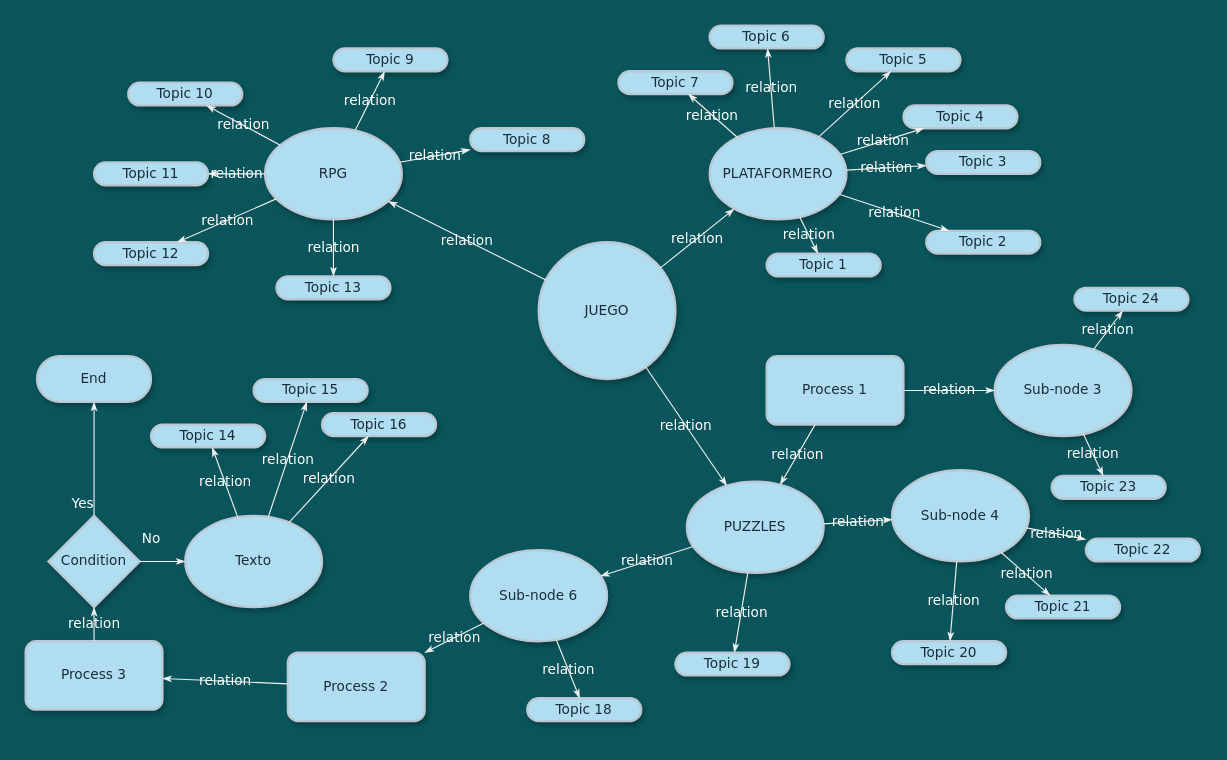
This is page "Page-1" (1 of 2) of mental_map_worldbuilding.drawio from aixairupe/DiagramasRPG, a draw.io file, before an edit. Source tidied: cells renumbered, new cells numbered last; positions are measured from the earlier drawing's top-left corner, leaving out a move shared by most shapes. Both pictures are drawn from the tidied source at 114%, with x=0, y=0 at pixel (25, 25).
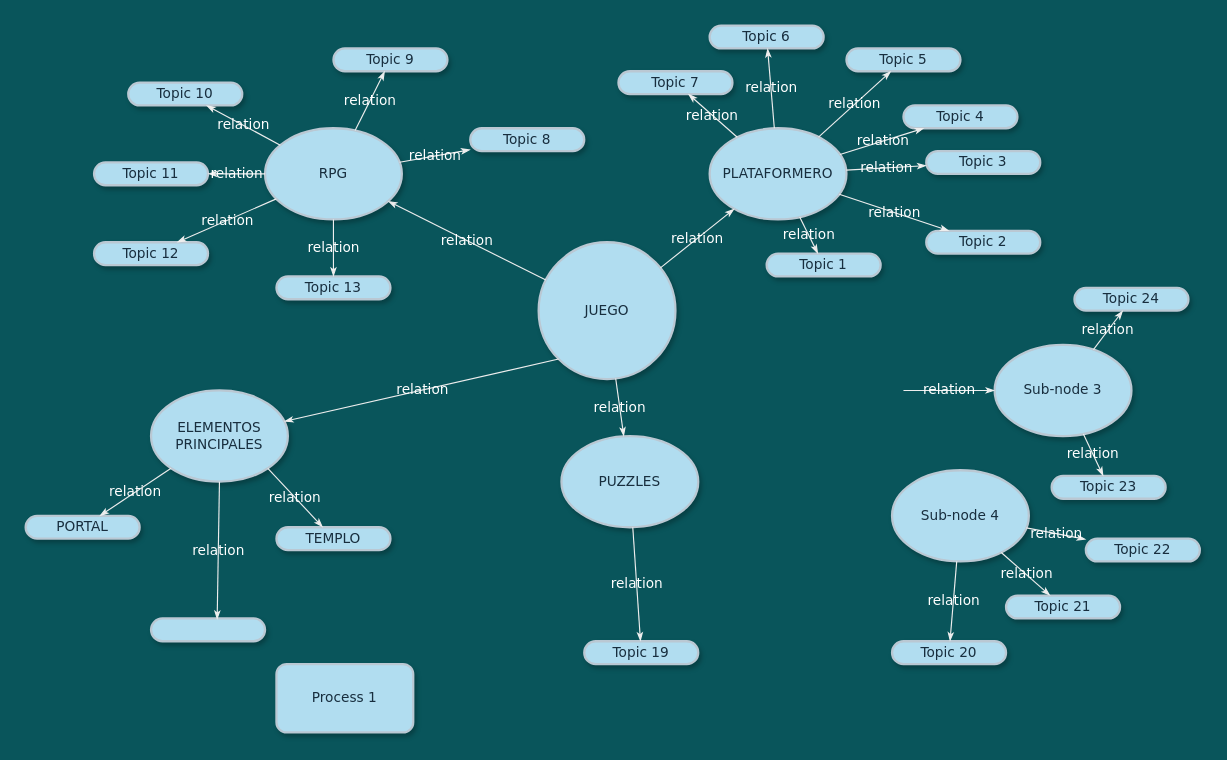
After the change.

Unchanged cells that the change refers to:
```xml
<mxCell id="5" value="JUEGO" style="ellipse;whiteSpace=wrap;html=1;rounded=1;shadow=1;comic=0;labelBackgroundColor=none;strokeWidth=2;fontFamily=Verdana;fontSize=12;align=center;fillColor=#B1DDF0;strokeColor=#BAC8D3;fontColor=#182E3E;" parent="1" vertex="1">
  <mxGeometry x="450" y="190" width="120" height="120" as="geometry" />
</mxCell>
<mxCell id="7" value="&lt;span&gt;Sub-node 4&lt;/span&gt;" style="ellipse;whiteSpace=wrap;html=1;rounded=1;shadow=1;comic=0;labelBackgroundColor=none;strokeWidth=2;fontFamily=Verdana;fontSize=12;align=center;fillColor=#B1DDF0;strokeColor=#BAC8D3;fontColor=#182E3E;" parent="1" vertex="1">
  <mxGeometry x="760" y="390" width="120" height="80" as="geometry" />
</mxCell>
<mxCell id="50" value="&lt;span&gt;Sub-node 3&lt;/span&gt;" style="ellipse;whiteSpace=wrap;html=1;rounded=1;shadow=1;comic=0;labelBackgroundColor=none;strokeWidth=2;fontFamily=Verdana;fontSize=12;align=center;fillColor=#B1DDF0;strokeColor=#BAC8D3;fontColor=#182E3E;" parent="1" vertex="1">
  <mxGeometry x="850" y="280" width="120" height="80" as="geometry" />
</mxCell>
```

What changed in the source:
```diff
@@
     <mxCell id="6" value="PUZZLES" style="ellipse;whiteSpace=wrap;html=1;rounded=1;shadow=1;comic=0;labelBackgroundColor=none;strokeWidth=2;fontFamily=Verdana;fontSize=12;align=center;fillColor=#B1DDF0;fontColor=#182E3E;strokeColor=#BAC8D3;" parent="1" vertex="1">
-      <mxGeometry x="580" y="400" width="120" height="80" as="geometry" />
+      <mxGeometry x="470" y="360" width="120" height="80" as="geometry" />
     </mxCell>
@@
-    <mxCell id="8" value="&lt;span&gt;Sub-node 6&lt;/span&gt;" style="ellipse;whiteSpace=wrap;html=1;rounded=1;shadow=1;comic=0;labelBackgroundColor=none;strokeWidth=2;fontFamily=Verdana;fontSize=12;align=center;fillColor=#B1DDF0;strokeColor=#BAC8D3;fontColor=#182E3E;" parent="1" vertex="1">
-      <mxGeometry x="390" y="460" width="120" height="80" as="geometry" />
+    <mxCell id="8" value="ELEMENTOS PRINCIPALES" style="ellipse;whiteSpace=wrap;html=1;rounded=1;shadow=1;comic=0;labelBackgroundColor=none;strokeWidth=2;fontFamily=Verdana;fontSize=12;align=center;fillColor=#B1DDF0;strokeColor=#BAC8D3;fontColor=#182E3E;" parent="1" vertex="1">
+      <mxGeometry x="110" y="320" width="120" height="80" as="geometry" />
     </mxCell>
@@
-    <mxCell id="22" value="End" style="whiteSpace=wrap;html=1;rounded=1;shadow=1;comic=0;labelBackgroundColor=none;strokeWidth=2;fontFamily=Verdana;fontSize=12;align=center;arcSize=50;fillColor=#B1DDF0;strokeColor=#BAC8D3;fontColor=#182E3E;" parent="1" vertex="1">
-      <mxGeometry x="10" y="290" width="100" height="40" as="geometry" />
-    </mxCell>
-    <mxCell id="23" value="Condition" style="rhombus;whiteSpace=wrap;html=1;rounded=0;shadow=1;comic=0;labelBackgroundColor=none;strokeWidth=2;fontFamily=Verdana;fontSize=12;align=center;fillColor=#B1DDF0;strokeColor=#BAC8D3;fontColor=#182E3E;" parent="1" vertex="1">
-      <mxGeometry x="20" y="430" width="80" height="80" as="geometry" />
-    </mxCell>
-    <mxCell id="24" value="&lt;span&gt;Process 3&lt;/span&gt;" style="rounded=1;whiteSpace=wrap;html=1;shadow=1;comic=0;labelBackgroundColor=none;strokeWidth=2;fontFamily=Verdana;fontSize=12;align=center;fillColor=#B1DDF0;strokeColor=#BAC8D3;fontColor=#182E3E;" parent="1" vertex="1">
-      <mxGeometry y="540" width="120" height="60" as="geometry" />
-    </mxCell>
-    <mxCell id="25" value="Process 2" style="rounded=1;whiteSpace=wrap;html=1;shadow=1;comic=0;labelBackgroundColor=none;strokeWidth=2;fontFamily=Verdana;fontSize=12;align=center;fillColor=#B1DDF0;strokeColor=#BAC8D3;fontColor=#182E3E;" parent="1" vertex="1">
-      <mxGeometry x="230" y="550" width="120" height="60" as="geometry" />
-    </mxCell>
@@
-    <mxCell id="33" value="relation" style="edgeStyle=none;rounded=1;html=1;labelBackgroundColor=none;startArrow=none;startFill=0;startSize=5;endArrow=classicThin;endFill=1;endSize=5;jettySize=auto;strokeColor=#EEEEEE;strokeWidth=1;fontFamily=Verdana;fontSize=12;fontColor=#FFFFFF;" parent="1" edge="1" source="6" target="8">
+    <mxCell id="33" value="relation" style="edgeStyle=none;rounded=1;html=1;labelBackgroundColor=none;startArrow=none;startFill=0;startSize=5;endArrow=classicThin;endFill=1;endSize=5;jettySize=auto;strokeColor=#EEEEEE;strokeWidth=1;fontFamily=Verdana;fontSize=12;fontColor=#FFFFFF;exitX=0;exitY=1;exitDx=0;exitDy=0;" parent="1" edge="1" source="5" target="8">
       <mxGeometry relative="1" as="geometry" />
     </mxCell>
-    <mxCell id="34" value="relation" style="edgeStyle=none;rounded=1;html=1;labelBackgroundColor=none;startArrow=none;startFill=0;startSize=5;endArrow=classicThin;endFill=1;endSize=5;jettySize=auto;strokeColor=#EEEEEE;strokeWidth=1;fontFamily=Verdana;fontSize=12;fontColor=#FFFFFF;" parent="1" edge="1" source="6" target="7">
-      <mxGeometry relative="1" as="geometry" />
-    </mxCell>
@@
-    <mxCell id="45" value="relation" style="edgeStyle=none;rounded=1;html=1;labelBackgroundColor=none;startArrow=none;startFill=0;startSize=5;endArrow=classicThin;endFill=1;endSize=5;jettySize=auto;strokeColor=#EEEEEE;strokeWidth=1;fontFamily=Verdana;fontSize=12;fontColor=#FFFFFF;" parent="1" edge="1" source="8" target="25">
-      <mxGeometry relative="1" as="geometry" />
-    </mxCell>
-    <mxCell id="46" value="relation" style="edgeStyle=none;rounded=1;html=1;labelBackgroundColor=none;startArrow=none;startFill=0;startSize=5;endArrow=classicThin;endFill=1;endSize=5;jettySize=auto;strokeColor=#EEEEEE;strokeWidth=1;fontFamily=Verdana;fontSize=12;fontColor=#FFFFFF;" parent="1" edge="1" source="25" target="24">
-      <mxGeometry relative="1" as="geometry" />
-    </mxCell>
-    <mxCell id="47" value="relation" style="edgeStyle=none;rounded=1;html=1;labelBackgroundColor=none;startArrow=none;startFill=0;startSize=5;endArrow=classicThin;endFill=1;endSize=5;jettySize=auto;strokeColor=#EEEEEE;strokeWidth=1;fontFamily=Verdana;fontSize=12;fontColor=#FFFFFF;" parent="1" edge="1" source="24" target="23">
-      <mxGeometry relative="1" as="geometry" />
-    </mxCell>
-    <mxCell id="48" value="Yes" style="edgeStyle=none;rounded=1;html=1;labelBackgroundColor=none;startArrow=none;startFill=0;startSize=5;endArrow=classicThin;endFill=1;endSize=5;jettySize=auto;strokeColor=#EEEEEE;strokeWidth=1;fontFamily=Verdana;fontSize=12;fontColor=#FFFFFF;" parent="1" edge="1" source="23" target="22">
-      <mxGeometry x="-0.79" y="10" relative="1" as="geometry" />
-    </mxCell>
-    <mxCell id="49" value="Process 1" style="rounded=1;whiteSpace=wrap;html=1;shadow=1;comic=0;labelBackgroundColor=none;strokeWidth=2;fontFamily=Verdana;fontSize=12;align=center;fillColor=#B1DDF0;strokeColor=#BAC8D3;fontColor=#182E3E;" parent="1" vertex="1">
-      <mxGeometry x="650" y="290" width="120" height="60" as="geometry" />
-    </mxCell>
@@
     <mxCell id="55" value="&lt;span&gt;Topic 19&lt;/span&gt;" style="whiteSpace=wrap;html=1;rounded=1;shadow=1;comic=0;labelBackgroundColor=none;strokeWidth=2;fontFamily=Verdana;fontSize=12;align=center;arcSize=50;fillColor=#B1DDF0;strokeColor=#BAC8D3;fontColor=#182E3E;" parent="1" vertex="1">
-      <mxGeometry x="570" y="550" width="100" height="20" as="geometry" />
+      <mxGeometry x="490" y="540" width="100" height="20" as="geometry" />
     </mxCell>
-    <mxCell id="56" value="&lt;span&gt;Topic 18&lt;/span&gt;" style="whiteSpace=wrap;html=1;rounded=1;shadow=1;comic=0;labelBackgroundColor=none;strokeWidth=2;fontFamily=Verdana;fontSize=12;align=center;arcSize=50;fillColor=#B1DDF0;strokeColor=#BAC8D3;fontColor=#182E3E;" parent="1" vertex="1">
-      <mxGeometry x="440" y="590" width="100" height="20" as="geometry" />
+    <mxCell id="56" value="PORTAL" style="whiteSpace=wrap;html=1;rounded=1;shadow=1;comic=0;labelBackgroundColor=none;strokeWidth=2;fontFamily=Verdana;fontSize=12;align=center;arcSize=50;fillColor=#B1DDF0;strokeColor=#BAC8D3;fontColor=#182E3E;" parent="1" vertex="1">
+      <mxGeometry y="430" width="100" height="20" as="geometry" />
     </mxCell>
@@
-    <mxCell id="61" value="relation" style="edgeStyle=none;rounded=1;html=1;labelBackgroundColor=none;startArrow=none;startFill=0;startSize=5;endArrow=classicThin;endFill=1;endSize=5;jettySize=auto;strokeColor=#EEEEEE;strokeWidth=1;fontFamily=Verdana;fontSize=12;fontColor=#FFFFFF;" parent="1" edge="1" source="49" target="50">
-      <mxGeometry relative="1" as="geometry" />
+    <mxCell id="61" value="relation" style="edgeStyle=none;rounded=1;html=1;labelBackgroundColor=none;startArrow=none;startFill=0;startSize=5;endArrow=classicThin;endFill=1;endSize=5;jettySize=auto;strokeColor=#EEEEEE;strokeWidth=1;fontFamily=Verdana;fontSize=12;fontColor=#FFFFFF;" parent="1" edge="1" target="50">
+      <mxGeometry relative="1" as="geometry">
+        <mxPoint x="770" y="320" as="sourcePoint" />
+      </mxGeometry>
     </mxCell>
-    <mxCell id="62" value="relation" style="edgeStyle=none;rounded=1;html=1;labelBackgroundColor=none;startArrow=none;startFill=0;startSize=5;endArrow=classicThin;endFill=1;endSize=5;jettySize=auto;strokeColor=#EEEEEE;strokeWidth=1;fontFamily=Verdana;fontSize=12;fontColor=#FFFFFF;" parent="1" edge="1" source="49" target="6">
-      <mxGeometry relative="1" as="geometry" />
-    </mxCell>
-    <mxCell id="63" value="&lt;div&gt;Texto&lt;/div&gt;" style="ellipse;whiteSpace=wrap;html=1;rounded=1;shadow=1;comic=0;labelBackgroundColor=none;strokeWidth=2;fontFamily=Verdana;fontSize=12;align=center;fillColor=#B1DDF0;strokeColor=#BAC8D3;fontColor=#182E3E;" parent="1" vertex="1">
-      <mxGeometry x="140" y="430" width="120" height="80" as="geometry" />
-    </mxCell>
-    <mxCell id="64" value="&lt;span&gt;Topic 16&lt;/span&gt;" style="whiteSpace=wrap;html=1;rounded=1;shadow=1;comic=0;labelBackgroundColor=none;strokeWidth=2;fontFamily=Verdana;fontSize=12;align=center;arcSize=50;fillColor=#B1DDF0;strokeColor=#BAC8D3;fontColor=#182E3E;" parent="1" vertex="1">
-      <mxGeometry x="260" y="340" width="100" height="20" as="geometry" />
-    </mxCell>
-    <mxCell id="65" value="&lt;span&gt;Topic 15&lt;/span&gt;" style="whiteSpace=wrap;html=1;rounded=1;shadow=1;comic=0;labelBackgroundColor=none;strokeWidth=2;fontFamily=Verdana;fontSize=12;align=center;arcSize=50;fillColor=#B1DDF0;strokeColor=#BAC8D3;fontColor=#182E3E;" parent="1" vertex="1">
-      <mxGeometry x="200" y="310" width="100" height="20" as="geometry" />
-    </mxCell>
-    <mxCell id="66" value="&lt;span&gt;Topic 14&lt;/span&gt;" style="whiteSpace=wrap;html=1;rounded=1;shadow=1;comic=0;labelBackgroundColor=none;strokeWidth=2;fontFamily=Verdana;fontSize=12;align=center;arcSize=50;fillColor=#B1DDF0;strokeColor=#BAC8D3;fontColor=#182E3E;" parent="1" vertex="1">
-      <mxGeometry x="110" y="350" width="100" height="20" as="geometry" />
-    </mxCell>
-    <mxCell id="67" value="relation" style="edgeStyle=none;rounded=1;html=1;labelBackgroundColor=none;startArrow=none;startFill=0;startSize=5;endArrow=classicThin;endFill=1;endSize=5;jettySize=auto;strokeColor=#EEEEEE;strokeWidth=1;fontFamily=Verdana;fontSize=12;fontColor=#FFFFFF;" parent="1" edge="1" source="63" target="66">
-      <mxGeometry relative="1" as="geometry" />
-    </mxCell>
-    <mxCell id="68" value="relation" style="edgeStyle=none;rounded=1;html=1;labelBackgroundColor=none;startArrow=none;startFill=0;startSize=5;endArrow=classicThin;endFill=1;endSize=5;jettySize=auto;strokeColor=#EEEEEE;strokeWidth=1;fontFamily=Verdana;fontSize=12;fontColor=#FFFFFF;" parent="1" edge="1" source="63" target="65">
-      <mxGeometry relative="1" as="geometry" />
-    </mxCell>
-    <mxCell id="69" value="relation" style="edgeStyle=none;rounded=1;html=1;labelBackgroundColor=none;startArrow=none;startFill=0;startSize=5;endArrow=classicThin;endFill=1;endSize=5;jettySize=auto;strokeColor=#EEEEEE;strokeWidth=1;fontFamily=Verdana;fontSize=12;fontColor=#FFFFFF;" parent="1" edge="1" source="63" target="64">
-      <mxGeometry relative="1" as="geometry" />
-    </mxCell>
-    <mxCell id="70" value="No" style="edgeStyle=none;rounded=1;html=1;labelBackgroundColor=none;startArrow=none;startFill=0;startSize=5;endArrow=classicThin;endFill=1;endSize=5;jettySize=auto;strokeColor=#EEEEEE;strokeWidth=1;fontFamily=Verdana;fontSize=12;fontColor=#FFFFFF;" parent="1" edge="1" source="23" target="63">
-      <mxGeometry x="-0.5" y="20" relative="1" as="geometry" />
-    </mxCell>
@@
+    <mxCell id="73" value="TEMPLO" style="whiteSpace=wrap;html=1;rounded=1;shadow=1;comic=0;labelBackgroundColor=none;strokeWidth=2;fontFamily=Verdana;fontSize=12;align=center;arcSize=50;fillColor=#B1DDF0;strokeColor=#BAC8D3;fontColor=#182E3E;" parent="1" vertex="1">
+      <mxGeometry x="220" y="440" width="100" height="20" as="geometry" />
+    </mxCell>
+    <mxCell id="74" value="relation" style="edgeStyle=none;rounded=1;html=1;labelBackgroundColor=none;startArrow=none;startFill=0;startSize=5;endArrow=classicThin;endFill=1;endSize=5;jettySize=auto;strokeColor=#EEEEEE;strokeWidth=1;fontFamily=Verdana;fontSize=12;fontColor=#FFFFFF;exitX=1;exitY=1;exitDx=0;exitDy=0;" parent="1" edge="1" source="8" target="73">
+      <mxGeometry relative="1" as="geometry" />
+    </mxCell>
+    <mxCell id="75" style="whiteSpace=wrap;html=1;rounded=1;shadow=1;comic=0;labelBackgroundColor=none;strokeWidth=2;fontFamily=Verdana;fontSize=12;align=center;arcSize=50;fillColor=#B1DDF0;strokeColor=#BAC8D3;fontColor=#182E3E;" parent="1" vertex="1">
+      <mxGeometry x="110" y="520" width="100" height="20" as="geometry" />
+    </mxCell>
+    <mxCell id="76" value="relation" style="edgeStyle=none;rounded=1;html=1;labelBackgroundColor=none;startArrow=none;startFill=0;startSize=5;endArrow=classicThin;endFill=1;endSize=5;jettySize=auto;strokeColor=#EEEEEE;strokeWidth=1;fontFamily=Verdana;fontSize=12;fontColor=#FFFFFF;entryX=0.58;entryY=0.05;entryDx=0;entryDy=0;exitX=0.5;exitY=1;exitDx=0;exitDy=0;entryPerimeter=0;" parent="1" edge="1" source="8" target="75">
+      <mxGeometry relative="1" as="geometry" />
+    </mxCell>
+    <mxCell id="49" value="Process 1" style="rounded=1;whiteSpace=wrap;html=1;shadow=1;comic=0;labelBackgroundColor=none;strokeWidth=2;fontFamily=Verdana;fontSize=12;align=center;fillColor=#B1DDF0;strokeColor=#BAC8D3;fontColor=#182E3E;" parent="1" vertex="1">
+      <mxGeometry x="220" y="560" width="120" height="60" as="geometry" />
+    </mxCell>
```
